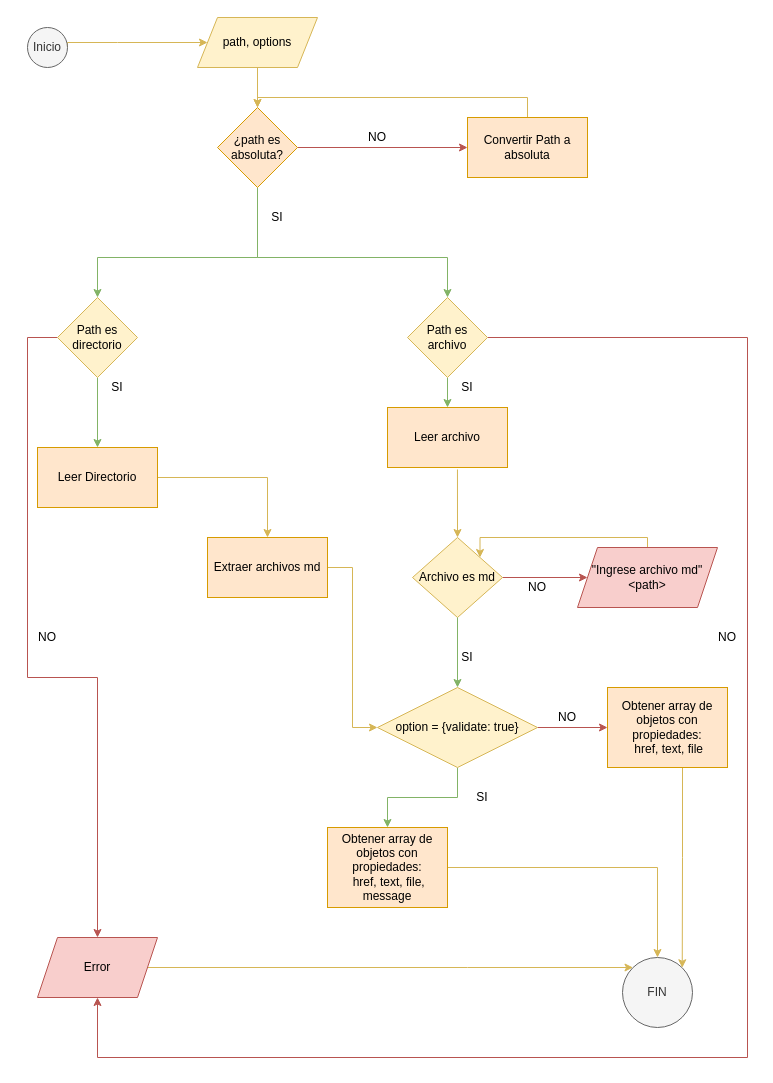
Above: Untitled Diagram.drawio in SharonHQ/LIM013-fe-md-links (draw.io), before the change. Source tidied: cells renumbered, new cells numbered last; positions are measured from the earlier drawing's top-left corner, leaving out a move shared by most shapes. Both pictures are drawn from the tidied source at 100%, with x=0, y=0 at pixel (27, 17).
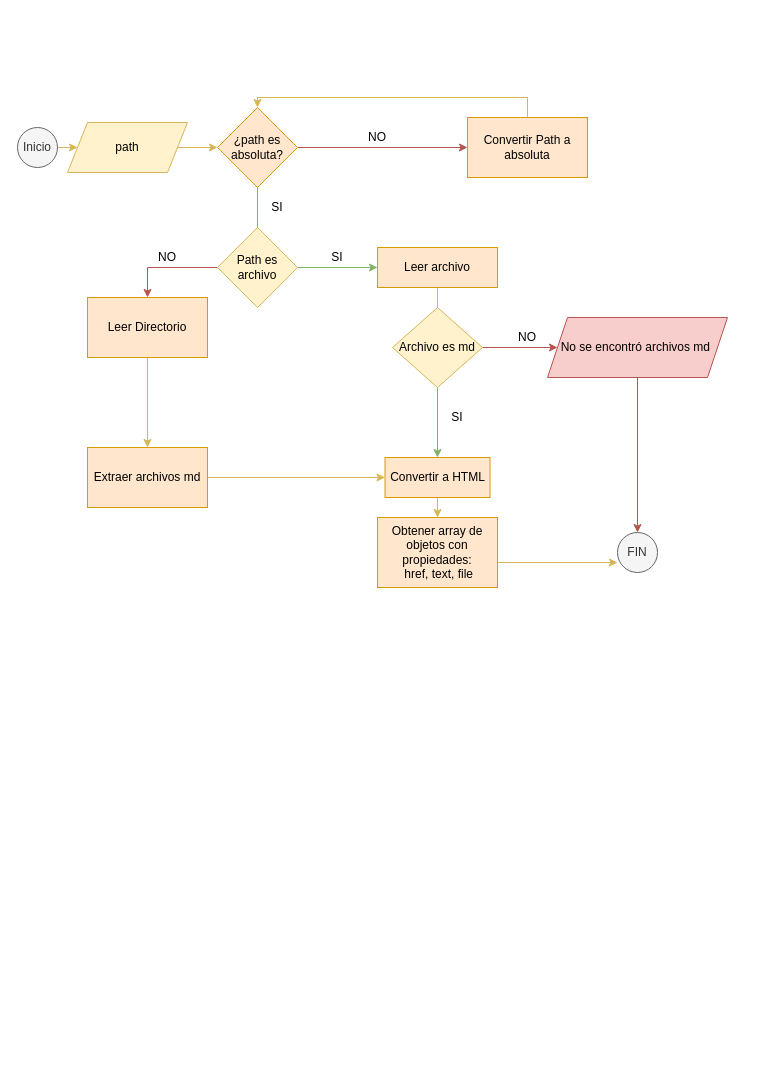
Above is the later version.

The change refers to these unchanged cells:
```xml
<mxCell id="9" value="¿path es absoluta?" style="rhombus;whiteSpace=wrap;html=1;fillColor=#ffe6cc;strokeColor=#d79b00;" parent="1" vertex="1">
  <mxGeometry x="190" y="90" width="80" height="80" as="geometry" />
</mxCell>
```

The edit, as a diff of the source:
```diff
@@
     <mxCell id="2" style="edgeStyle=orthogonalEdgeStyle;rounded=0;jettySize=auto;html=1;entryX=0;entryY=0.5;entryDx=0;entryDy=0;exitX=1;exitY=0.5;exitDx=0;exitDy=0;fillColor=#fff2cc;strokeColor=#d6b656;" parent="1" edge="1" source="3" target="5">
       <mxGeometry relative="1" as="geometry">
         <Array as="points">
-          <mxPoint x="40" y="25" />
-          <mxPoint x="90" y="25" />
+          <mxPoint x="40" y="130" />
+          <mxPoint x="40" y="130" />
         </Array>
       </mxGeometry>
     </mxCell>
     <mxCell id="3" value="Inicio" style="ellipse;whiteSpace=wrap;html=1;fillColor=#f5f5f5;strokeColor=#666666;fontColor=#333333;" parent="1" vertex="1">
-      <mxGeometry y="10" width="40" height="40" as="geometry" />
+      <mxGeometry x="-10" y="110" width="40" height="40" as="geometry" />
     </mxCell>
-    <mxCell id="4" style="edgeStyle=orthogonalEdgeStyle;rounded=0;jettySize=auto;html=1;entryX=0.5;entryY=0;entryDx=0;entryDy=0;fillColor=#fff2cc;strokeColor=#d6b656;" parent="1" edge="1" source="5" target="9">
-      <mxGeometry relative="1" as="geometry" />
+    <mxCell id="4" style="edgeStyle=orthogonalEdgeStyle;rounded=0;jettySize=auto;html=1;entryX=0;entryY=0.5;entryDx=0;entryDy=0;fillColor=#fff2cc;strokeColor=#d6b656;exitX=1;exitY=0.5;exitDx=0;exitDy=0;" parent="1" edge="1" source="5" target="9">
+      <mxGeometry relative="1" as="geometry">
+        <Array as="points">
+          <mxPoint x="150" y="130" />
+        </Array>
+      </mxGeometry>
     </mxCell>
-    <mxCell id="5" value="path, options" style="shape=parallelogram;perimeter=parallelogramPerimeter;whiteSpace=wrap;html=1;fixedSize=1;fillColor=#fff2cc;strokeColor=#d6b656;" parent="1" vertex="1">
-      <mxGeometry x="170" width="120" height="50" as="geometry" />
+    <mxCell id="5" value="path" style="shape=parallelogram;perimeter=parallelogramPerimeter;whiteSpace=wrap;html=1;fixedSize=1;fillColor=#fff2cc;strokeColor=#d6b656;" parent="1" vertex="1">
+      <mxGeometry x="40" y="105" width="120" height="50" as="geometry" />
     </mxCell>
@@
-    <mxCell id="7" style="edgeStyle=orthogonalEdgeStyle;rounded=0;jettySize=auto;html=1;entryX=0.5;entryY=0;entryDx=0;entryDy=0;fillColor=#d5e8d4;strokeColor=#82b366;" parent="1" edge="1" source="9" target="17">
-      <mxGeometry relative="1" as="geometry">
-        <Array as="points">
-          <mxPoint x="230" y="240" />
-          <mxPoint x="70" y="240" />
-        </Array>
-      </mxGeometry>
-    </mxCell>
     <mxCell id="8" style="edgeStyle=orthogonalEdgeStyle;rounded=0;jettySize=auto;html=1;entryX=0.5;entryY=0;entryDx=0;entryDy=0;exitX=0.5;exitY=1;exitDx=0;exitDy=0;fillColor=#d5e8d4;strokeColor=#82b366;" parent="1" edge="1" source="9" target="21">
       <mxGeometry relative="1" as="geometry">
         <Array as="points">
-          <mxPoint x="230" y="240" />
-          <mxPoint x="420" y="240" />
+          <mxPoint x="230" y="250" />
+          <mxPoint x="230" y="250" />
         </Array>
       </mxGeometry>
     </mxCell>
@@
     <mxCell id="12" value="SI" style="text;html=1;strokeColor=none;fillColor=none;align=center;verticalAlign=middle;whiteSpace=wrap;rounded=0;" parent="1" vertex="1">
-      <mxGeometry x="230" y="190" width="40" height="20" as="geometry" />
+      <mxGeometry x="230" y="180" width="40" height="20" as="geometry" />
     </mxCell>
@@
-    <mxCell id="14" style="edgeStyle=orthogonalEdgeStyle;rounded=0;jettySize=auto;html=1;fillColor=#fff2cc;strokeColor=#d6b656;exitX=1;exitY=0.5;exitDx=0;exitDy=0;" parent="1" edge="1" source="40" target="23">
+    <mxCell id="14" style="edgeStyle=orthogonalEdgeStyle;rounded=0;jettySize=auto;html=1;fillColor=#fff2cc;strokeColor=#d6b656;exitX=0.5;exitY=1;exitDx=0;exitDy=0;" parent="1" edge="1" source="40" target="23">
       <mxGeometry relative="1" as="geometry" />
     </mxCell>
-    <mxCell id="15" style="edgeStyle=orthogonalEdgeStyle;rounded=0;jettySize=auto;html=1;exitX=0;exitY=0.5;exitDx=0;exitDy=0;fillColor=#f8cecc;strokeColor=#b85450;entryX=0.5;entryY=0;entryDx=0;entryDy=0;" parent="1" edge="1" source="17" target="36">
-      <mxGeometry relative="1" as="geometry">
-        <Array as="points">
-          <mxPoint y="320" />
-          <mxPoint y="660" />
-          <mxPoint x="70" y="660" />
-        </Array>
-      </mxGeometry>
-    </mxCell>
-    <mxCell id="16" style="edgeStyle=orthogonalEdgeStyle;rounded=0;jettySize=auto;html=1;fillColor=#d5e8d4;strokeColor=#82b366;" parent="1" edge="1" source="17" target="40">
-      <mxGeometry relative="1" as="geometry" />
-    </mxCell>
-    <mxCell id="17" value="Path es directorio" style="rhombus;whiteSpace=wrap;html=1;fillColor=#fff2cc;strokeColor=#d6b656;" parent="1" vertex="1">
-      <mxGeometry x="30" y="280" width="80" height="80" as="geometry" />
-    </mxCell>
-    <mxCell id="18" style="edgeStyle=orthogonalEdgeStyle;rounded=0;jettySize=auto;html=1;entryX=0.5;entryY=0;entryDx=0;entryDy=0;fillColor=#fff2cc;strokeColor=#d6b656;exitX=0.583;exitY=1.033;exitDx=0;exitDy=0;exitPerimeter=0;" parent="1" edge="1" source="41" target="26">
-      <mxGeometry relative="1" as="geometry" />
+    <mxCell id="18" style="edgeStyle=orthogonalEdgeStyle;rounded=0;jettySize=auto;html=1;entryX=0.5;entryY=0;entryDx=0;entryDy=0;fillColor=#fff2cc;strokeColor=#d6b656;exitX=0.5;exitY=1;exitDx=0;exitDy=0;" parent="1" edge="1" source="41" target="26">
+      <mxGeometry relative="1" as="geometry">
+        <Array as="points">
+          <mxPoint x="410" y="330" />
+        </Array>
+      </mxGeometry>
     </mxCell>
-    <mxCell id="19" style="edgeStyle=orthogonalEdgeStyle;rounded=0;jettySize=auto;html=1;entryX=0.5;entryY=1;entryDx=0;entryDy=0;fillColor=#f8cecc;strokeColor=#b85450;" parent="1" edge="1" source="21" target="36">
-      <mxGeometry relative="1" as="geometry">
-        <Array as="points">
-          <mxPoint x="720" y="320" />
-          <mxPoint x="720" y="1040" />
-          <mxPoint x="70" y="1040" />
-        </Array>
-      </mxGeometry>
-    </mxCell>
@@
+    <mxCell id="49" style="edgeStyle=orthogonalEdgeStyle;rounded=0;jettySize=auto;html=1;entryX=0.5;entryY=0;entryDx=0;entryDy=0;fillColor=#f8cecc;strokeColor=#b85450;" parent="1" edge="1" source="21" target="40">
+      <mxGeometry relative="1" as="geometry" />
+    </mxCell>
     <mxCell id="21" value="Path es archivo" style="rhombus;whiteSpace=wrap;html=1;fillColor=#fff2cc;strokeColor=#d6b656;" parent="1" vertex="1">
-      <mxGeometry x="380" y="280" width="80" height="80" as="geometry" />
+      <mxGeometry x="190" y="210" width="80" height="80" as="geometry" />
     </mxCell>
-    <mxCell id="22" style="edgeStyle=orthogonalEdgeStyle;rounded=0;jettySize=auto;html=1;entryX=0;entryY=0.5;entryDx=0;entryDy=0;fillColor=#fff2cc;strokeColor=#d6b656;" parent="1" edge="1" source="23" target="43">
+    <mxCell id="22" style="edgeStyle=orthogonalEdgeStyle;rounded=0;jettySize=auto;html=1;fillColor=#fff2cc;strokeColor=#d6b656;entryX=0;entryY=0.5;entryDx=0;entryDy=0;" parent="1" edge="1" source="23" target="53">
       <mxGeometry relative="1" as="geometry" />
     </mxCell>
     <mxCell id="23" value="Extraer archivos md" style="rounded=0;whiteSpace=wrap;html=1;fillColor=#ffe6cc;strokeColor=#d79b00;" parent="1" vertex="1">
-      <mxGeometry x="180" y="520" width="120" height="60" as="geometry" />
+      <mxGeometry x="60" y="430" width="120" height="60" as="geometry" />
     </mxCell>
-    <mxCell id="24" style="edgeStyle=orthogonalEdgeStyle;rounded=0;jettySize=auto;html=1;fillColor=#d5e8d4;strokeColor=#82b366;" parent="1" edge="1" source="43" target="28">
-      <mxGeometry relative="1" as="geometry" />
-    </mxCell>
@@
     <mxCell id="26" value="Archivo es md" style="rhombus;whiteSpace=wrap;html=1;fillColor=#fff2cc;strokeColor=#d6b656;" parent="1" vertex="1">
-      <mxGeometry x="385" y="520" width="90" height="80" as="geometry" />
+      <mxGeometry x="365" y="290" width="90" height="80" as="geometry" />
     </mxCell>
-    <mxCell id="27" style="edgeStyle=orthogonalEdgeStyle;rounded=0;jettySize=auto;html=1;fillColor=#fff2cc;strokeColor=#d6b656;exitX=1;exitY=0.5;exitDx=0;exitDy=0;" parent="1" edge="1" source="28" target="39">
-      <mxGeometry relative="1" as="geometry" />
-    </mxCell>
-    <mxCell id="28" value="Obtener array de objetos con propiedades:&lt;br&gt;&amp;nbsp;href, text, file, message" style="rounded=0;whiteSpace=wrap;html=1;fillColor=#ffe6cc;strokeColor=#d79b00;" parent="1" vertex="1">
-      <mxGeometry x="300" y="810" width="120" height="80" as="geometry" />
-    </mxCell>
-    <mxCell id="29" value="SI" style="text;html=1;strokeColor=none;fillColor=none;align=center;verticalAlign=middle;whiteSpace=wrap;rounded=0;" parent="1" vertex="1">
-      <mxGeometry x="70" y="360" width="40" height="20" as="geometry" />
-    </mxCell>
     <mxCell id="30" value="SI" style="text;html=1;strokeColor=none;fillColor=none;align=center;verticalAlign=middle;whiteSpace=wrap;rounded=0;" parent="1" vertex="1">
-      <mxGeometry x="420" y="360" width="40" height="20" as="geometry" />
+      <mxGeometry x="410" y="390" width="40" height="20" as="geometry" />
     </mxCell>
-    <mxCell id="31" value="SI" style="text;html=1;strokeColor=none;fillColor=none;align=center;verticalAlign=middle;whiteSpace=wrap;rounded=0;" parent="1" vertex="1">
-      <mxGeometry x="420" y="630" width="40" height="20" as="geometry" />
-    </mxCell>
-    <mxCell id="32" style="edgeStyle=orthogonalEdgeStyle;rounded=0;jettySize=auto;html=1;entryX=1;entryY=0;entryDx=0;entryDy=0;exitX=0.5;exitY=0;exitDx=0;exitDy=0;fillColor=#fff2cc;strokeColor=#d6b656;" parent="1" edge="1" source="33" target="26">
-      <mxGeometry relative="1" as="geometry">
-        <Array as="points">
-          <mxPoint x="620" y="520" />
-          <mxPoint x="453" y="520" />
-        </Array>
-      </mxGeometry>
-    </mxCell>
+    <mxCell id="50" style="edgeStyle=orthogonalEdgeStyle;rounded=0;jettySize=auto;html=1;fillColor=#f8cecc;strokeColor=#b85450;" parent="1" edge="1" source="33" target="39">
+      <mxGeometry relative="1" as="geometry" />
+    </mxCell>
-    <mxCell id="33" value="&quot;Ingrese archivo md&quot;&lt;br&gt;&amp;lt;path&amp;gt;" style="shape=parallelogram;perimeter=parallelogramPerimeter;whiteSpace=wrap;html=1;fixedSize=1;fillColor=#f8cecc;strokeColor=#b85450;" parent="1" vertex="1">
-      <mxGeometry x="550" y="530" width="140" height="60" as="geometry" />
+    <mxCell id="33" value="No se encontró archivos md&amp;nbsp;" style="shape=parallelogram;perimeter=parallelogramPerimeter;whiteSpace=wrap;html=1;fixedSize=1;fillColor=#f8cecc;strokeColor=#b85450;" parent="1" vertex="1">
+      <mxGeometry x="520" y="300" width="180" height="60" as="geometry" />
     </mxCell>
     <mxCell id="34" value="NO" style="text;html=1;strokeColor=none;fillColor=none;align=center;verticalAlign=middle;whiteSpace=wrap;rounded=0;" parent="1" vertex="1">
-      <mxGeometry x="490" y="560" width="40" height="20" as="geometry" />
+      <mxGeometry x="480" y="310" width="40" height="20" as="geometry" />
     </mxCell>
-    <mxCell id="35" style="edgeStyle=orthogonalEdgeStyle;rounded=0;jettySize=auto;html=1;fillColor=#fff2cc;strokeColor=#d6b656;exitX=1;exitY=0.5;exitDx=0;exitDy=0;" parent="1" edge="1" source="36" target="39">
-      <mxGeometry relative="1" as="geometry">
-        <Array as="points">
-          <mxPoint x="440" y="950" />
-          <mxPoint x="440" y="950" />
-        </Array>
-      </mxGeometry>
-    </mxCell>
-    <mxCell id="36" value="Error" style="shape=parallelogram;perimeter=parallelogramPerimeter;whiteSpace=wrap;html=1;fixedSize=1;fillColor=#f8cecc;strokeColor=#b85450;" parent="1" vertex="1">
-      <mxGeometry x="10" y="920" width="120" height="60" as="geometry" />
-    </mxCell>
-    <mxCell id="37" value="NO" style="text;html=1;strokeColor=none;fillColor=none;align=center;verticalAlign=middle;whiteSpace=wrap;rounded=0;" parent="1" vertex="1">
-      <mxGeometry y="610" width="40" height="20" as="geometry" />
-    </mxCell>
-    <mxCell id="38" value="NO" style="text;html=1;strokeColor=none;fillColor=none;align=center;verticalAlign=middle;whiteSpace=wrap;rounded=0;" parent="1" vertex="1">
-      <mxGeometry x="680" y="610" width="40" height="20" as="geometry" />
-    </mxCell>
     <mxCell id="39" value="FIN" style="ellipse;whiteSpace=wrap;html=1;fillColor=#f5f5f5;strokeColor=#666666;fontColor=#333333;" parent="1" vertex="1">
-      <mxGeometry x="595" y="940" width="70" height="70" as="geometry" />
+      <mxGeometry x="590" y="515" width="40" height="40" as="geometry" />
     </mxCell>
     <mxCell id="40" value="Leer Directorio" style="rounded=0;whiteSpace=wrap;html=1;fillColor=#ffe6cc;strokeColor=#d79b00;" parent="1" vertex="1">
-      <mxGeometry x="10" y="430" width="120" height="60" as="geometry" />
+      <mxGeometry x="60" y="280" width="120" height="60" as="geometry" />
     </mxCell>
     <mxCell id="41" value="Leer archivo" style="rounded=0;whiteSpace=wrap;html=1;fillColor=#ffe6cc;strokeColor=#d79b00;" parent="1" vertex="1">
-      <mxGeometry x="360" y="390" width="120" height="60" as="geometry" />
+      <mxGeometry x="350" y="230" width="120" height="40" as="geometry" />
     </mxCell>
-    <mxCell id="42" style="edgeStyle=orthogonalEdgeStyle;rounded=0;jettySize=auto;html=1;fillColor=#f8cecc;strokeColor=#b85450;" parent="1" edge="1" source="43" target="46">
-      <mxGeometry relative="1" as="geometry" />
-    </mxCell>
-    <mxCell id="43" value="option = {validate: true}" style="rhombus;whiteSpace=wrap;html=1;fillColor=#fff2cc;strokeColor=#d6b656;" parent="1" vertex="1">
-      <mxGeometry x="350" y="670" width="160" height="80" as="geometry" />
-    </mxCell>
-    <mxCell id="44" style="edgeStyle=orthogonalEdgeStyle;rounded=0;jettySize=auto;html=1;fillColor=#d5e8d4;strokeColor=#82b366;" parent="1" edge="1" source="26" target="43">
+    <mxCell id="44" style="edgeStyle=orthogonalEdgeStyle;rounded=0;jettySize=auto;html=1;fillColor=#d5e8d4;strokeColor=#82b366;" parent="1" edge="1" source="26" target="53">
       <mxGeometry relative="1" as="geometry" />
     </mxCell>
-    <mxCell id="45" style="edgeStyle=orthogonalEdgeStyle;rounded=0;jettySize=auto;html=1;entryX=1;entryY=0;entryDx=0;entryDy=0;fillColor=#fff2cc;strokeColor=#d6b656;" parent="1" edge="1" source="46" target="39">
+    <mxCell id="45" style="edgeStyle=orthogonalEdgeStyle;rounded=0;jettySize=auto;html=1;fillColor=#fff2cc;strokeColor=#d6b656;exitX=1;exitY=0.25;exitDx=0;exitDy=0;" parent="1" edge="1" source="46">
       <mxGeometry relative="1" as="geometry">
+        <mxPoint x="590" y="545" as="targetPoint" />
         <Array as="points">
-          <mxPoint x="655" y="840" />
-          <mxPoint x="655" y="840" />
+          <mxPoint x="470" y="545" />
         </Array>
       </mxGeometry>
     </mxCell>
     <mxCell id="46" value="Obtener array de objetos con propiedades:&lt;br&gt;&amp;nbsp;href, text, file" style="rounded=0;whiteSpace=wrap;html=1;fillColor=#ffe6cc;strokeColor=#d79b00;" parent="1" vertex="1">
-      <mxGeometry x="580" y="670" width="120" height="80" as="geometry" />
+      <mxGeometry x="350" y="500" width="120" height="70" as="geometry" />
     </mxCell>
-    <mxCell id="47" value="SI" style="text;html=1;strokeColor=none;fillColor=none;align=center;verticalAlign=middle;whiteSpace=wrap;rounded=0;" parent="1" vertex="1">
-      <mxGeometry x="435" y="770" width="40" height="20" as="geometry" />
-    </mxCell>
-    <mxCell id="48" value="NO" style="text;html=1;strokeColor=none;fillColor=none;align=center;verticalAlign=middle;whiteSpace=wrap;rounded=0;" parent="1" vertex="1">
-      <mxGeometry x="520" y="690" width="40" height="20" as="geometry" />
-    </mxCell>
+    <mxCell id="51" value="NO" style="text;html=1;strokeColor=none;fillColor=none;align=center;verticalAlign=middle;whiteSpace=wrap;rounded=0;" parent="1" vertex="1">
+      <mxGeometry x="120" y="230" width="40" height="20" as="geometry" />
+    </mxCell>
+    <mxCell id="52" style="edgeStyle=orthogonalEdgeStyle;rounded=0;jettySize=auto;html=1;fillColor=#fff2cc;strokeColor=#d6b656;" parent="1" edge="1" source="53" target="46">
+      <mxGeometry relative="1" as="geometry" />
+    </mxCell>
+    <mxCell id="53" value="Convertir a HTML" style="rounded=0;whiteSpace=wrap;html=1;fillColor=#ffe6cc;strokeColor=#d79b00;" parent="1" vertex="1">
+      <mxGeometry x="357.5" y="440" width="105" height="40" as="geometry" />
+    </mxCell>
+    <mxCell id="54" value="SI" style="text;html=1;strokeColor=none;fillColor=none;align=center;verticalAlign=middle;whiteSpace=wrap;rounded=0;" parent="1" vertex="1">
+      <mxGeometry x="290" y="230" width="40" height="20" as="geometry" />
+    </mxCell>
```
